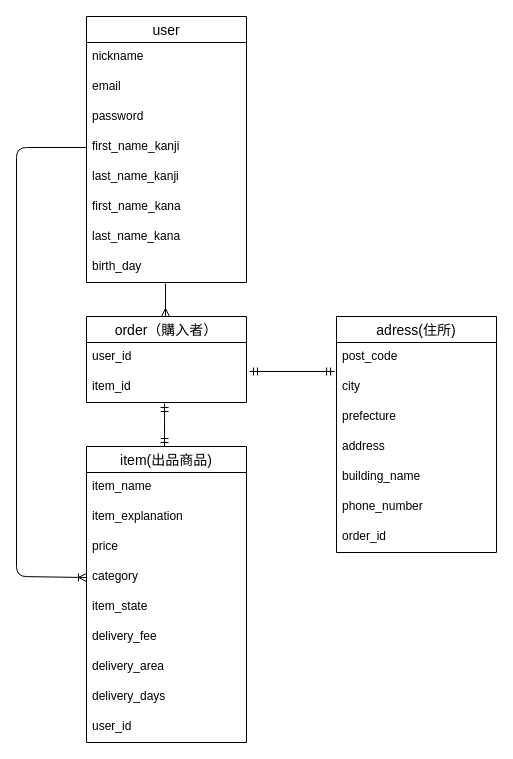
Above: app/views/layouts/furima.dio in tetsu1026/furima-33572 (draw.io), before the change. Source tidied: cells renumbered, new cells numbered last; positions are measured from the earlier drawing's top-left corner, leaving out a move shared by most shapes. Both pictures are drawn from the tidied source at 100%, with x=0, y=0 at pixel (16, 16).
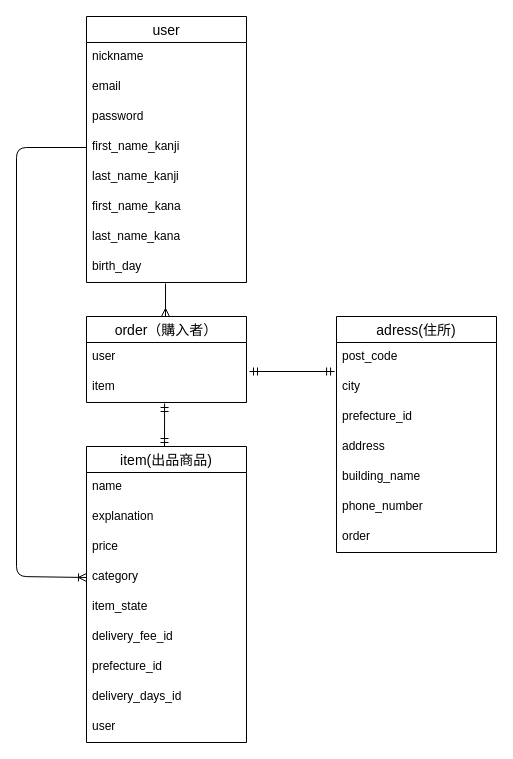
The same diagram, later.

Commit message (it also covers changes not shown here):
itemテーブル/カラム名修正

Unchanged cells that the change refers to:
```xml
<mxCell id="11" value="item(出品商品)" style="swimlane;fontStyle=0;horizontal=1;startSize=26;align=center;fontSize=14;fillColor=none;" parent="1" vertex="1">
  <mxGeometry x="70" y="430" width="160" height="296" as="geometry" />
</mxCell>
<mxCell id="22" value="order（購入者）" style="swimlane;fontStyle=0;horizontal=1;startSize=26;align=center;fontSize=14;fillColor=none;" parent="1" vertex="1">
  <mxGeometry x="70" y="300" width="160" height="86" as="geometry" />
</mxCell>
<mxCell id="25" value="adress(住所)" style="swimlane;fontStyle=0;horizontal=1;startSize=26;align=center;fontSize=14;fillColor=none;" parent="1" vertex="1">
  <mxGeometry x="320" y="300" width="160" height="236" as="geometry" />
</mxCell>
```

The edit, as a diff of the source:
```diff
@@
-    <mxCell id="12" value="item_name" style="text;strokeColor=none;fillColor=none;spacingLeft=4;spacingRight=4;overflow=hidden;fontSize=12;" parent="11" vertex="1">
+    <mxCell id="12" value="name" style="text;strokeColor=none;fillColor=none;spacingLeft=4;spacingRight=4;overflow=hidden;fontSize=12;" parent="11" vertex="1">
       <mxGeometry y="26" width="160" height="30" as="geometry" />
     </mxCell>
-    <mxCell id="13" value="item_explanation" style="text;strokeColor=none;fillColor=none;spacingLeft=4;spacingRight=4;overflow=hidden;fontSize=12;" parent="11" vertex="1">
+    <mxCell id="13" value="explanation" style="text;strokeColor=none;fillColor=none;spacingLeft=4;spacingRight=4;overflow=hidden;fontSize=12;" parent="11" vertex="1">
       <mxGeometry y="56" width="160" height="30" as="geometry" />
     </mxCell>
@@
-    <mxCell id="17" value="delivery_fee" style="text;strokeColor=none;fillColor=none;spacingLeft=4;spacingRight=4;overflow=hidden;fontSize=12;" parent="11" vertex="1">
+    <mxCell id="17" value="delivery_fee_id" style="text;strokeColor=none;fillColor=none;spacingLeft=4;spacingRight=4;overflow=hidden;fontSize=12;" parent="11" vertex="1">
       <mxGeometry y="176" width="160" height="30" as="geometry" />
     </mxCell>
-    <mxCell id="18" value="delivery_area" style="text;strokeColor=none;fillColor=none;spacingLeft=4;spacingRight=4;overflow=hidden;fontSize=12;" parent="11" vertex="1">
+    <mxCell id="18" value="prefecture_id" style="text;strokeColor=none;fillColor=none;spacingLeft=4;spacingRight=4;overflow=hidden;fontSize=12;" parent="11" vertex="1">
       <mxGeometry y="206" width="160" height="30" as="geometry" />
     </mxCell>
-    <mxCell id="19" value="delivery_days" style="text;strokeColor=none;fillColor=none;spacingLeft=4;spacingRight=4;overflow=hidden;fontSize=12;" parent="11" vertex="1">
+    <mxCell id="19" value="delivery_days_id&#10;" style="text;strokeColor=none;fillColor=none;spacingLeft=4;spacingRight=4;overflow=hidden;fontSize=12;" parent="11" vertex="1">
       <mxGeometry y="236" width="160" height="30" as="geometry" />
     </mxCell>
-    <mxCell id="20" value="user_id" style="text;strokeColor=none;fillColor=none;spacingLeft=4;spacingRight=4;overflow=hidden;fontSize=12;" parent="11" vertex="1">
+    <mxCell id="20" value="user" style="text;strokeColor=none;fillColor=none;spacingLeft=4;spacingRight=4;overflow=hidden;fontSize=12;" parent="11" vertex="1">
       <mxGeometry y="266" width="160" height="30" as="geometry" />
     </mxCell>
@@
-    <mxCell id="23" value="user_id" style="text;strokeColor=none;fillColor=none;spacingLeft=4;spacingRight=4;overflow=hidden;fontSize=12;" parent="22" vertex="1">
+    <mxCell id="23" value="user" style="text;strokeColor=none;fillColor=none;spacingLeft=4;spacingRight=4;overflow=hidden;fontSize=12;" parent="22" vertex="1">
       <mxGeometry y="26" width="160" height="30" as="geometry" />
     </mxCell>
-    <mxCell id="24" value="item_id" style="text;strokeColor=none;fillColor=none;spacingLeft=4;spacingRight=4;overflow=hidden;points=[[0,0.5],[1,0.5]];portConstraint=eastwest;fontSize=12;" parent="22" vertex="1">
+    <mxCell id="24" value="item" style="text;strokeColor=none;fillColor=none;spacingLeft=4;spacingRight=4;overflow=hidden;points=[[0,0.5],[1,0.5]];portConstraint=eastwest;fontSize=12;" parent="22" vertex="1">
       <mxGeometry y="56" width="160" height="30" as="geometry" />
     </mxCell>
@@
-    <mxCell id="28" value="prefecture" style="text;strokeColor=none;fillColor=none;spacingLeft=4;spacingRight=4;overflow=hidden;fontSize=12;" parent="25" vertex="1">
+    <mxCell id="28" value="prefecture_id" style="text;strokeColor=none;fillColor=none;spacingLeft=4;spacingRight=4;overflow=hidden;fontSize=12;" parent="25" vertex="1">
       <mxGeometry y="86" width="160" height="30" as="geometry" />
     </mxCell>
@@
-    <mxCell id="32" value="order_id" style="text;strokeColor=none;fillColor=none;spacingLeft=4;spacingRight=4;overflow=hidden;fontSize=12;" parent="25" vertex="1">
+    <mxCell id="32" value="order" style="text;strokeColor=none;fillColor=none;spacingLeft=4;spacingRight=4;overflow=hidden;fontSize=12;" parent="25" vertex="1">
       <mxGeometry y="206" width="160" height="30" as="geometry" />
     </mxCell>
```
